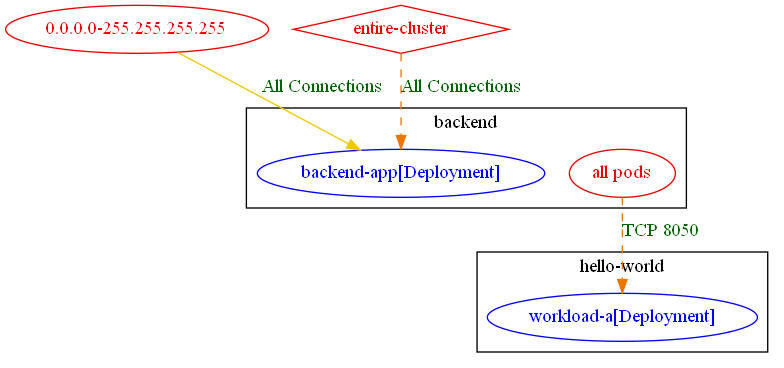
Before: test_outputs/connlist/exposure_test_to_namespace_except_specific_pod_exposure_output.dot.png, a diagram exported from Graphviz (np-guard/netpol-analyzer). Its source is kept beside it as test_outputs/connlist/exposure_test_to_namespace_except_specific_pod_exposure_output.dot. Its diagram source:
```dot
digraph {
	subgraph "cluster_backend" {
		color="black"
		fontcolor="black"
		"all pods_in_backend" [label="all pods" color="red2" fontcolor="red2"]
		"backend/backend-app[Deployment]" [label="backend-app[Deployment]" color="blue" fontcolor="blue"]
		label="backend"
	}
	subgraph "cluster_hello_world" {
		color="black"
		fontcolor="black"
		"hello-world/workload-a[Deployment]" [label="workload-a[Deployment]" color="blue" fontcolor="blue"]
		label="hello-world"
	}
	"0.0.0.0-255.255.255.255" [label="0.0.0.0-255.255.255.255" color="red2" fontcolor="red2"]
	"entire-cluster" [label="entire-cluster" color="red2" fontcolor="red2" shape=diamond]
	"0.0.0.0-255.255.255.255" -> "backend/backend-app[Deployment]" [label="All Connections" color="gold2" fontcolor="darkgreen" weight=0.5]
	"all pods_in_backend" -> "hello-world/workload-a[Deployment]" [label="TCP 8050" color="darkorange2" fontcolor="darkgreen" weight=1 style=dashed]
	"entire-cluster" -> "backend/backend-app[Deployment]" [label="All Connections" color="darkorange2" fontcolor="darkgreen" weight=1 style=dashed]
}
```
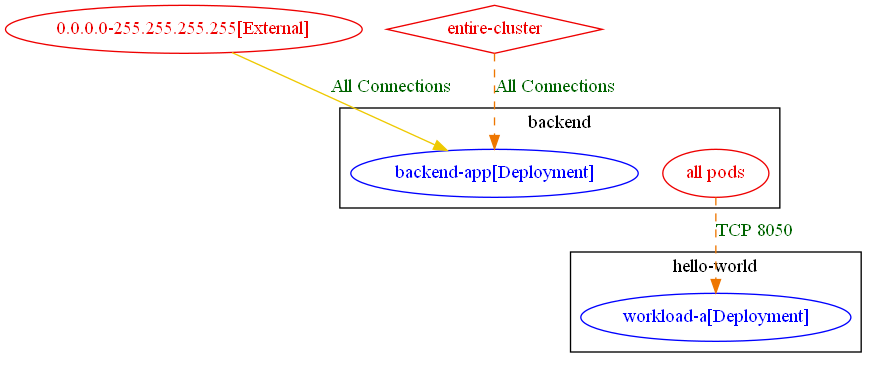
Above is the later version.

The edit, as a diff of the source:
```diff
@@ -12,9 +12,9 @@
 		"hello-world/workload-a[Deployment]" [label="workload-a[Deployment]" color="blue" fontcolor="blue"]
 		label="hello-world"
 	}
-	"0.0.0.0-255.255.255.255" [label="0.0.0.0-255.255.255.255" color="red2" fontcolor="red2"]
+	"0.0.0.0-255.255.255.255[External]" [label="0.0.0.0-255.255.255.255[External]" color="red2" fontcolor="red2"]
 	"entire-cluster" [label="entire-cluster" color="red2" fontcolor="red2" shape=diamond]
-	"0.0.0.0-255.255.255.255" -> "backend/backend-app[Deployment]" [label="All Connections" color="gold2" fontcolor="darkgreen" weight=0.5]
+	"0.0.0.0-255.255.255.255[External]" -> "backend/backend-app[Deployment]" [label="All Connections" color="gold2" fontcolor="darkgreen" weight=0.5]
 	"all pods_in_backend" -> "hello-world/workload-a[Deployment]" [label="TCP 8050" color="darkorange2" fontcolor="darkgreen" weight=1 style=dashed]
 	"entire-cluster" -> "backend/backend-app[Deployment]" [label="All Connections" color="darkorange2" fontcolor="darkgreen" weight=1 style=dashed]
 }
```
